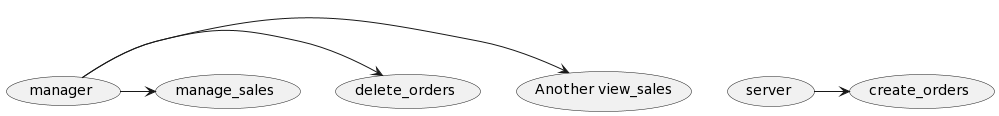
Above: diagrams/cases.png in asteene/RestaurantPOS (PlantUML), before the change. Its diagram source:
```plantuml
@startuml
usecase create_orders
(Another view_sales) as (UC2)
usecase delete_orders
usecase (manage_sales) as UC4

usecase server
usecase manager

manager -> UC2
server -> create_orders
manager -> delete_orders
manager -> UC4
@enduml
```
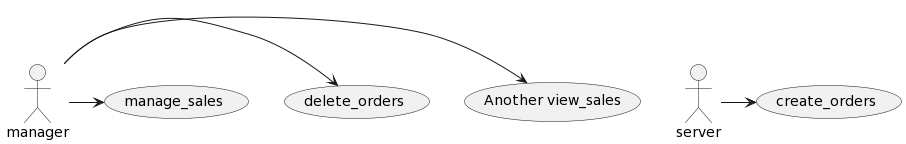
The same diagram one commit later.

Commit message:
added the create order use case diagram

The edit, as a diff of the source:
```diff
@@ -4,8 +4,8 @@
 usecase delete_orders
 usecase (manage_sales) as UC4
 
-usecase server
-usecase manager
+actor server
+actor manager
 
 manager -> UC2
 server -> create_orders
```
